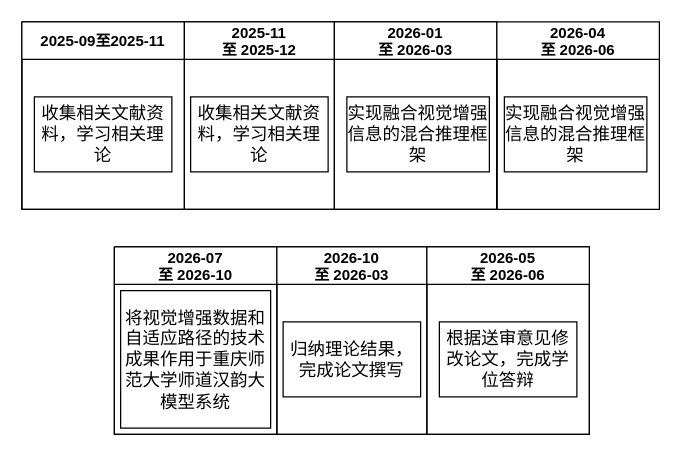
The draw.io diagram results/开题画图.drawio in yesifu-1/data-store, before the edit. Source tidied: cells renumbered, new cells numbered last; positions are measured from the earlier drawing's top-left corner, leaving out a move shared by most shapes. Both pictures are drawn from the tidied source at 125%, with x=0, y=0 at pixel (21, 21).
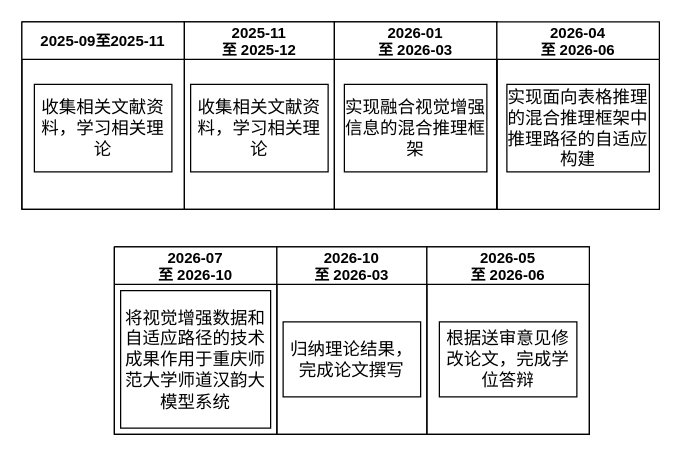
The same diagram, later.

Commit message (it also covers changes not shown here):
更新开题画图.drawio

What changed in the source:
```diff
@@
 <mxGraphModel>
   <root>
     <mxCell id="0" />
     <mxCell id="1" parent="0" />
     <mxCell id="2" style="swimlane;startSize=0;horizontal=0;" parent="1" vertex="1">
       <mxGeometry width="380" height="150" as="geometry" />
     </mxCell>
     <mxCell id="3" value="2025-09至2025-11" style="swimlane;startSize=30;" parent="2" vertex="1">
       <mxGeometry width="130" height="150" as="geometry" />
     </mxCell>
     <mxCell id="4" value="&lt;span style=&quot;font-size: 14px; text-align: left;&quot;&gt;收集相关文献资料，学习相关理论&lt;/span&gt;" style="whiteSpace=wrap;html=1;" parent="3" vertex="1">
-      <mxGeometry x="10" y="60" width="110" height="60" as="geometry" />
+      <mxGeometry x="10" y="50" width="110" height="70" as="geometry" />
     </mxCell>
     <mxCell id="5" value="2025-11&#10;至 2025-12" style="swimlane;startSize=30;" parent="2" vertex="1">
       <mxGeometry x="130" width="120" height="150" as="geometry" />
     </mxCell>
     <mxCell id="6" value="&lt;span style=&quot;font-size: 14px; text-align: left;&quot;&gt;收集相关文献资料，学习相关理论&lt;/span&gt;" style="whiteSpace=wrap;html=1;" parent="5" vertex="1">
-      <mxGeometry x="5" y="60" width="110" height="60" as="geometry" />
+      <mxGeometry x="5" y="50" width="110" height="70" as="geometry" />
     </mxCell>
     <mxCell id="7" value="2026-01&#10;至 2026-03" style="swimlane;startSize=30;" parent="2" vertex="1">
       <mxGeometry x="250" width="130" height="150" as="geometry" />
     </mxCell>
     <mxCell id="8" value="&lt;span style=&quot;font-size:10.5pt;mso-bidi-font-size:12.0pt;&lt;br/&gt;font-family:&amp;quot;微软雅黑&amp;quot;,sans-serif;mso-bidi-font-family:&amp;quot;Times New Roman&amp;quot;;&lt;br/&gt;mso-font-kerning:1.0pt;mso-ansi-language:EN-US;mso-fareast-language:ZH-CN;&lt;br/&gt;mso-bidi-language:AR-SA&quot;&gt;实现&lt;/span&gt;&lt;span style=&quot;font-size:10.5pt;mso-bidi-font-size:&lt;br/&gt;12.0pt;font-family:&amp;quot;微软雅黑&amp;quot;,sans-serif;mso-bidi-font-family:微软雅黑;mso-font-kerning:&lt;br/&gt;1.0pt;mso-ansi-language:EN-US;mso-fareast-language:ZH-CN;mso-bidi-language:&lt;br/&gt;AR-SA&quot;&gt;融合视觉增强信息的混合推理框架&lt;/span&gt;" style="whiteSpace=wrap;html=1;" parent="7" vertex="1">
-      <mxGeometry x="10" y="60" width="114" height="60" as="geometry" />
+      <mxGeometry x="8" y="50" width="114" height="70" as="geometry" />
     </mxCell>
     <mxCell id="9" value="2026-04&#10;至 2026-06" style="swimlane;startSize=30;" parent="1" vertex="1">
       <mxGeometry x="380" width="130" height="150" as="geometry" />
     </mxCell>
-    <mxCell id="10" value="&lt;span style=&quot;font-size:10.5pt;mso-bidi-font-size:12.0pt;&lt;br/&gt;font-family:&amp;quot;微软雅黑&amp;quot;,sans-serif;mso-bidi-font-family:&amp;quot;Times New Roman&amp;quot;;&lt;br/&gt;mso-font-kerning:1.0pt;mso-ansi-language:EN-US;mso-fareast-language:ZH-CN;&lt;br/&gt;mso-bidi-language:AR-SA&quot;&gt;实现&lt;/span&gt;&lt;span style=&quot;font-size:10.5pt;mso-bidi-font-size:&lt;br/&gt;12.0pt;font-family:&amp;quot;微软雅黑&amp;quot;,sans-serif;mso-bidi-font-family:微软雅黑;mso-font-kerning:&lt;br/&gt;1.0pt;mso-ansi-language:EN-US;mso-fareast-language:ZH-CN;mso-bidi-language:&lt;br/&gt;AR-SA&quot;&gt;融合视觉增强信息的混合推理框架&lt;/span&gt;" style="whiteSpace=wrap;html=1;" parent="9" vertex="1">
-      <mxGeometry x="6" y="60" width="114" height="60" as="geometry" />
+    <mxCell id="10" value="&lt;span style=&quot;font-size:10.5pt;mso-bidi-font-size:12.0pt;&lt;br/&gt;font-family:&amp;quot;微软雅黑&amp;quot;,sans-serif;mso-bidi-font-family:微软雅黑;mso-font-kerning:1.0pt;&lt;br/&gt;mso-ansi-language:EN-US;mso-fareast-language:ZH-CN;mso-bidi-language:AR-SA&quot;&gt;实现面向表格推理的混合推理框架中推理路径的自适应构建&lt;/span&gt;" style="whiteSpace=wrap;html=1;" parent="9" vertex="1">
+      <mxGeometry x="8" y="50" width="114" height="70" as="geometry" />
     </mxCell>
     <mxCell id="11" style="swimlane;startSize=0;horizontal=0;" parent="1" vertex="1">
       <mxGeometry x="74" y="180" width="380" height="150" as="geometry" />
     </mxCell>
     <mxCell id="12" value="2026-07&#10;至 2026-10" style="swimlane;startSize=30;" parent="11" vertex="1">
       <mxGeometry width="130" height="150" as="geometry" />
     </mxCell>
     <mxCell id="13" value="&lt;span style=&quot;font-size:10.5pt;font-family:&amp;quot;微软雅黑&amp;quot;,sans-serif;&lt;br/&gt;mso-bidi-font-family:&amp;quot;Times New Roman&amp;quot;;mso-font-kerning:1.0pt;mso-ansi-language:&lt;br/&gt;EN-US;mso-fareast-language:ZH-CN;mso-bidi-language:AR-SA&quot;&gt;将视觉增强数据和自适应路径的技术成果作用于重庆师范大学师道汉韵大模型系统&lt;/span&gt;" style="whiteSpace=wrap;html=1;" parent="12" vertex="1">
       <mxGeometry x="5" y="35" width="120" height="110" as="geometry" />
     </mxCell>
     <mxCell id="14" value="2026-10&#10;至 2026-03" style="swimlane;startSize=30;" parent="11" vertex="1">
       <mxGeometry x="130" width="120" height="150" as="geometry" />
     </mxCell>
     <mxCell id="15" value="&lt;span style=&quot;font-size:10.5pt;font-family:&amp;quot;微软雅黑&amp;quot;,sans-serif;&lt;br/&gt;mso-bidi-font-family:&amp;quot;Times New Roman&amp;quot;;mso-font-kerning:1.0pt;mso-ansi-language:&lt;br/&gt;EN-US;mso-fareast-language:ZH-CN;mso-bidi-language:AR-SA&quot;&gt;归纳理论结果，完成论文撰写&lt;/span&gt;" style="whiteSpace=wrap;html=1;" parent="14" vertex="1">
       <mxGeometry x="5" y="60" width="110" height="60" as="geometry" />
     </mxCell>
     <mxCell id="16" value="2026-05&#10;至 2026-06" style="swimlane;startSize=30;" parent="11" vertex="1">
       <mxGeometry x="250" width="130" height="150" as="geometry" />
     </mxCell>
     <mxCell id="17" value="&lt;span style=&quot;font-size:10.5pt;font-family:&amp;quot;微软雅黑&amp;quot;,sans-serif;&lt;br/&gt;mso-bidi-font-family:&amp;quot;Times New Roman&amp;quot;;mso-font-kerning:1.0pt;mso-ansi-language:&lt;br/&gt;EN-US;mso-fareast-language:ZH-CN;mso-bidi-language:AR-SA&quot;&gt;根据送审意见修改论文，完成学位答辩&lt;/span&gt;" style="whiteSpace=wrap;html=1;" parent="16" vertex="1">
       <mxGeometry x="10" y="60" width="110" height="60" as="geometry" />
     </mxCell>
   </root>
 </mxGraphModel>
```
